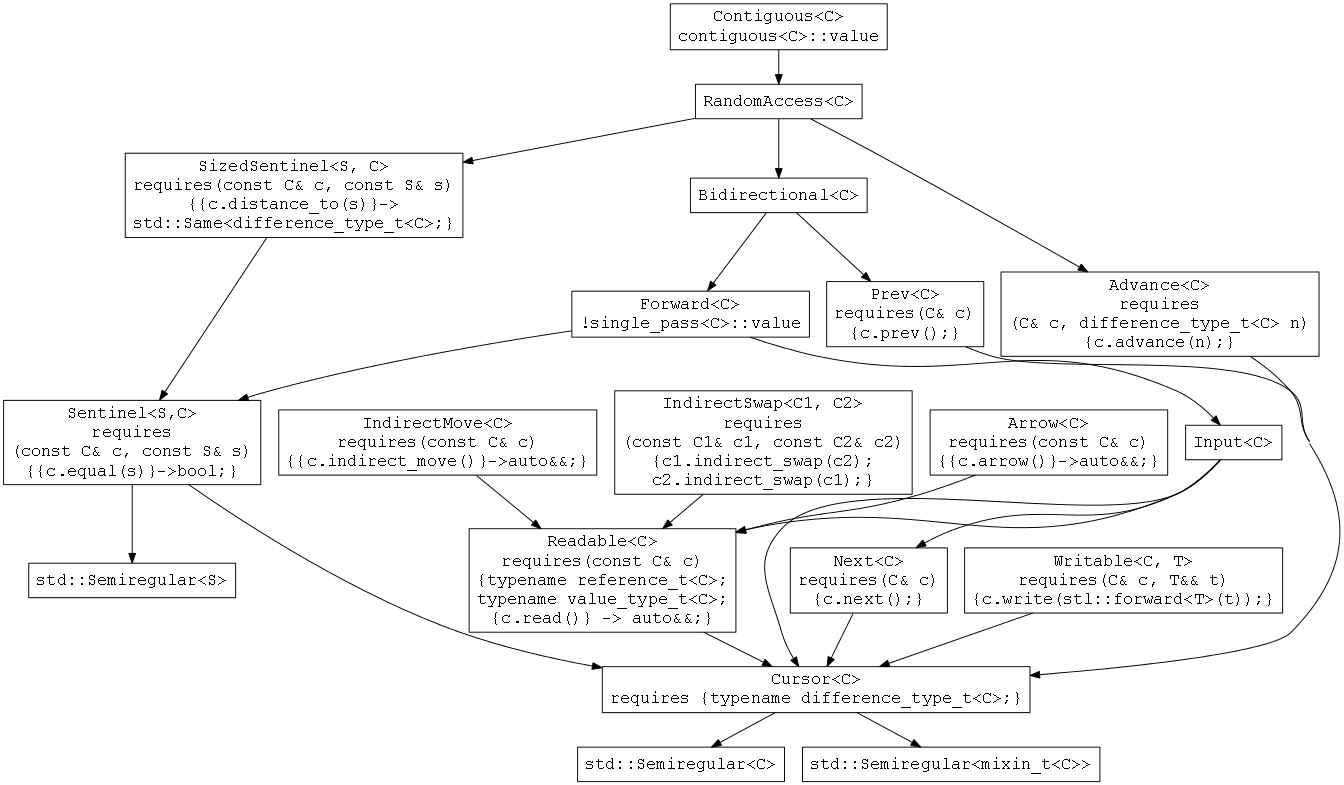
Before: cursor-concepts.png, a diagram exported from Graphviz (Beman/iterator-facade-proposal). Its source is kept beside it as cursor-concepts.dot.
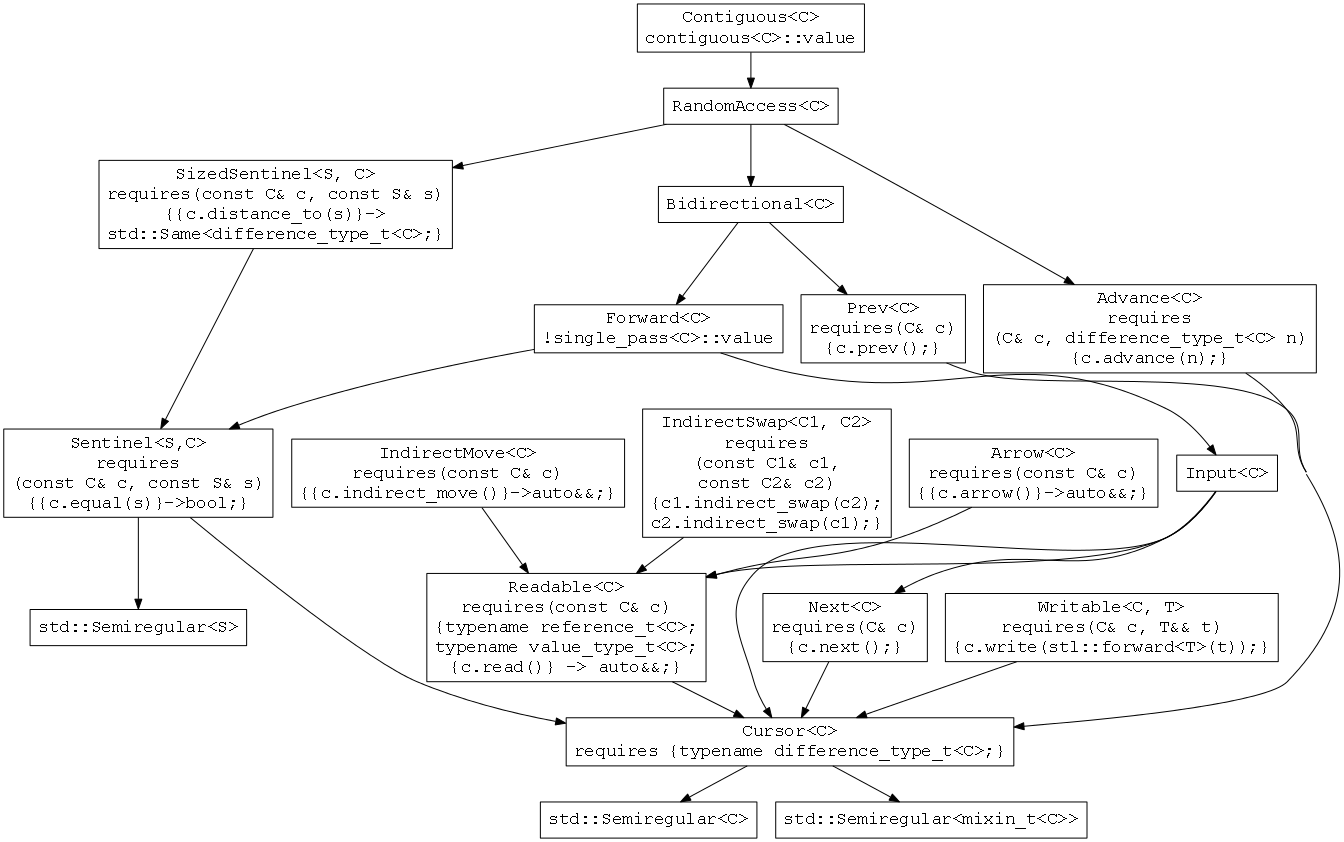
After the commit.

Diff of the diagram source:
```diff
@@ -15,7 +15,7 @@
   bidirectional [label="Bidirectional<C>" shape=box]
   forward [label="Forward<C>\n!single_pass<C>::value" shape=box]
   indirectmove [label="IndirectMove<C>\nrequires(const C& c)\n{{c.indirect_move()}->auto&&;}" shape=box]
-  indirectswap [label="IndirectSwap<C1, C2>\nrequires\n(const C1& c1, const C2& c2)\n{c1.indirect_swap(c2);\nc2.indirect_swap(c1);}" shape=box]
+  indirectswap [label="IndirectSwap<C1, C2>\nrequires\n(const C1& c1,\nconst C2& c2)\n{c1.indirect_swap(c2);\nc2.indirect_swap(c1);}" shape=box]
   input [label="Input<C>" shape=box]
   next [label="Next<C>\nrequires(C& c)\n{c.next();}" shape=box]
   prev [label="Prev<C>\nrequires(C& c)\n{c.prev();}" shape=box]
```
